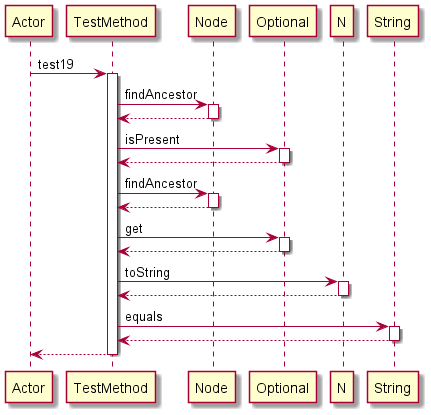
Before: Diagrams/test19.png, a diagram exported from PlantUML (manucapo/Gardener).
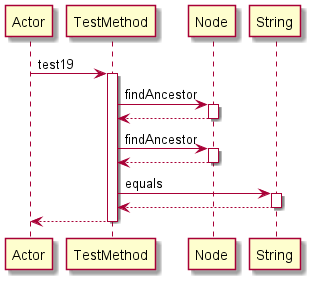
After the commit.

What changed in the source:
```diff
@@ -6,22 +6,10 @@
 activate Node
 Node-->TestMethod
 deactivate Node
-TestMethod -> Optional: isPresent
-activate Optional
-Optional-->TestMethod
-deactivate Optional
 TestMethod -> Node: findAncestor
 activate Node
 Node-->TestMethod
 deactivate Node
-TestMethod -> Optional: get
-activate Optional
-Optional-->TestMethod
-deactivate Optional
-TestMethod -> N: toString
-activate N
-N-->TestMethod
-deactivate N
 TestMethod -> String: equals
 activate String
 String-->TestMethod
```
